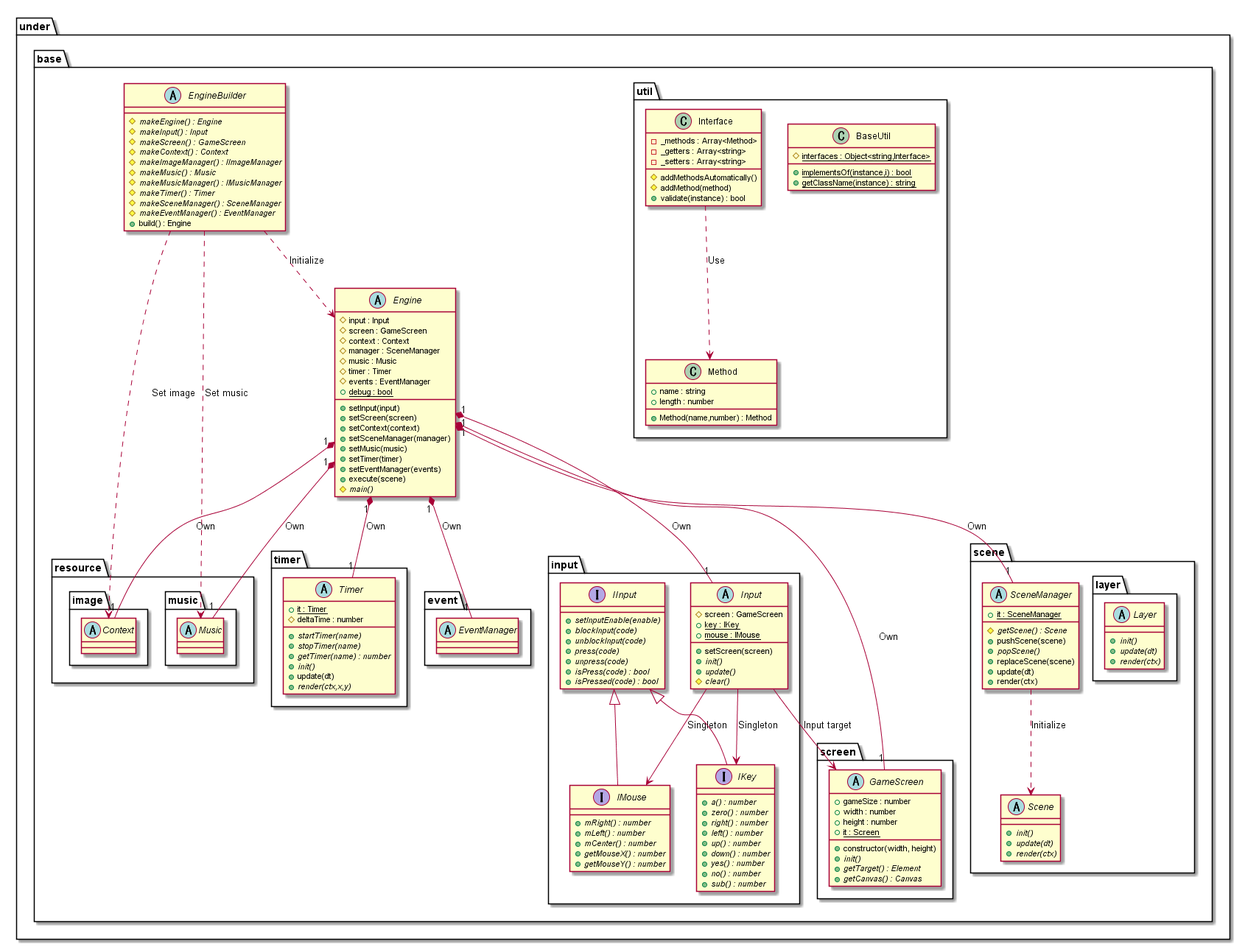
Before: out/uml/gamebase/Base/GameBaseBase.png, a diagram exported from PlantUML (Expine/Under).
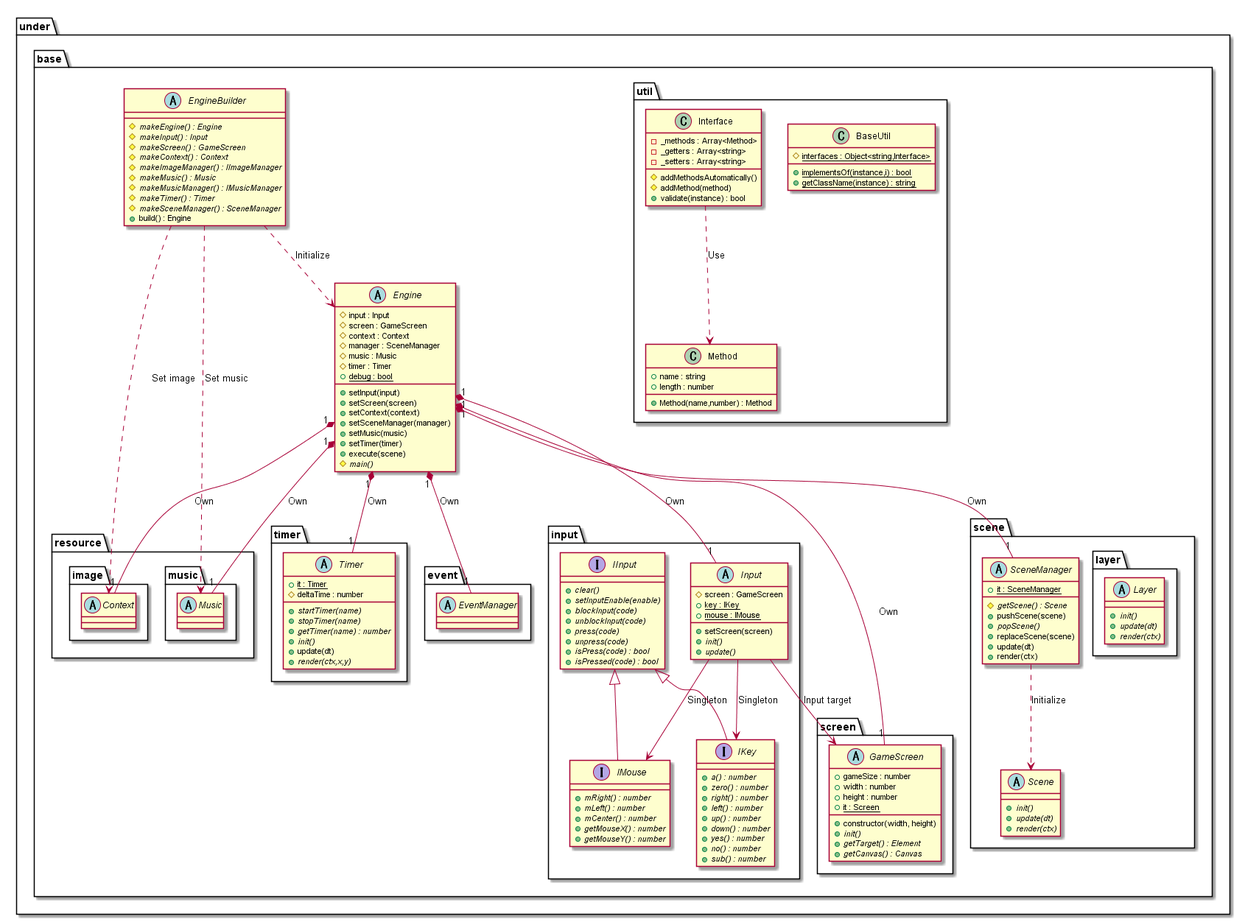
The same diagram one commit later.

What changed in the source:
```diff
@@ -12,7 +12,6 @@
             {abstract} #makeMusicManager() : IMusicManager
             {abstract} #makeTimer() : Timer
             {abstract} #makeSceneManager() : SceneManager
-            {abstract} #makeEventManager() : EventManager
             +build() : Engine
         }
         abstract Engine {
@@ -22,7 +21,6 @@
             #manager : SceneManager
             #music : Music
             #timer : Timer
-            #events : EventManager
             {static} +debug : bool
             +setInput(input)
             +setScreen(screen)
@@ -30,7 +28,6 @@
             +setSceneManager(manager)
             +setMusic(music)
             +setTimer(timer)
-            +setEventManager(events)
             +execute(scene)
             {abstract} #main()
         }
@@ -43,10 +40,10 @@
                 +setScreen(screen)
                 {abstract} +init()
                 {abstract} +update()
-                {abstract} #clear()
             }
 
             interface IInput {
+                {abstract} +clear()
                 {abstract} +setInputEnable(enable)
                 {abstract} +blockInput(code)
                 {abstract} +unblockInput(code)
```
